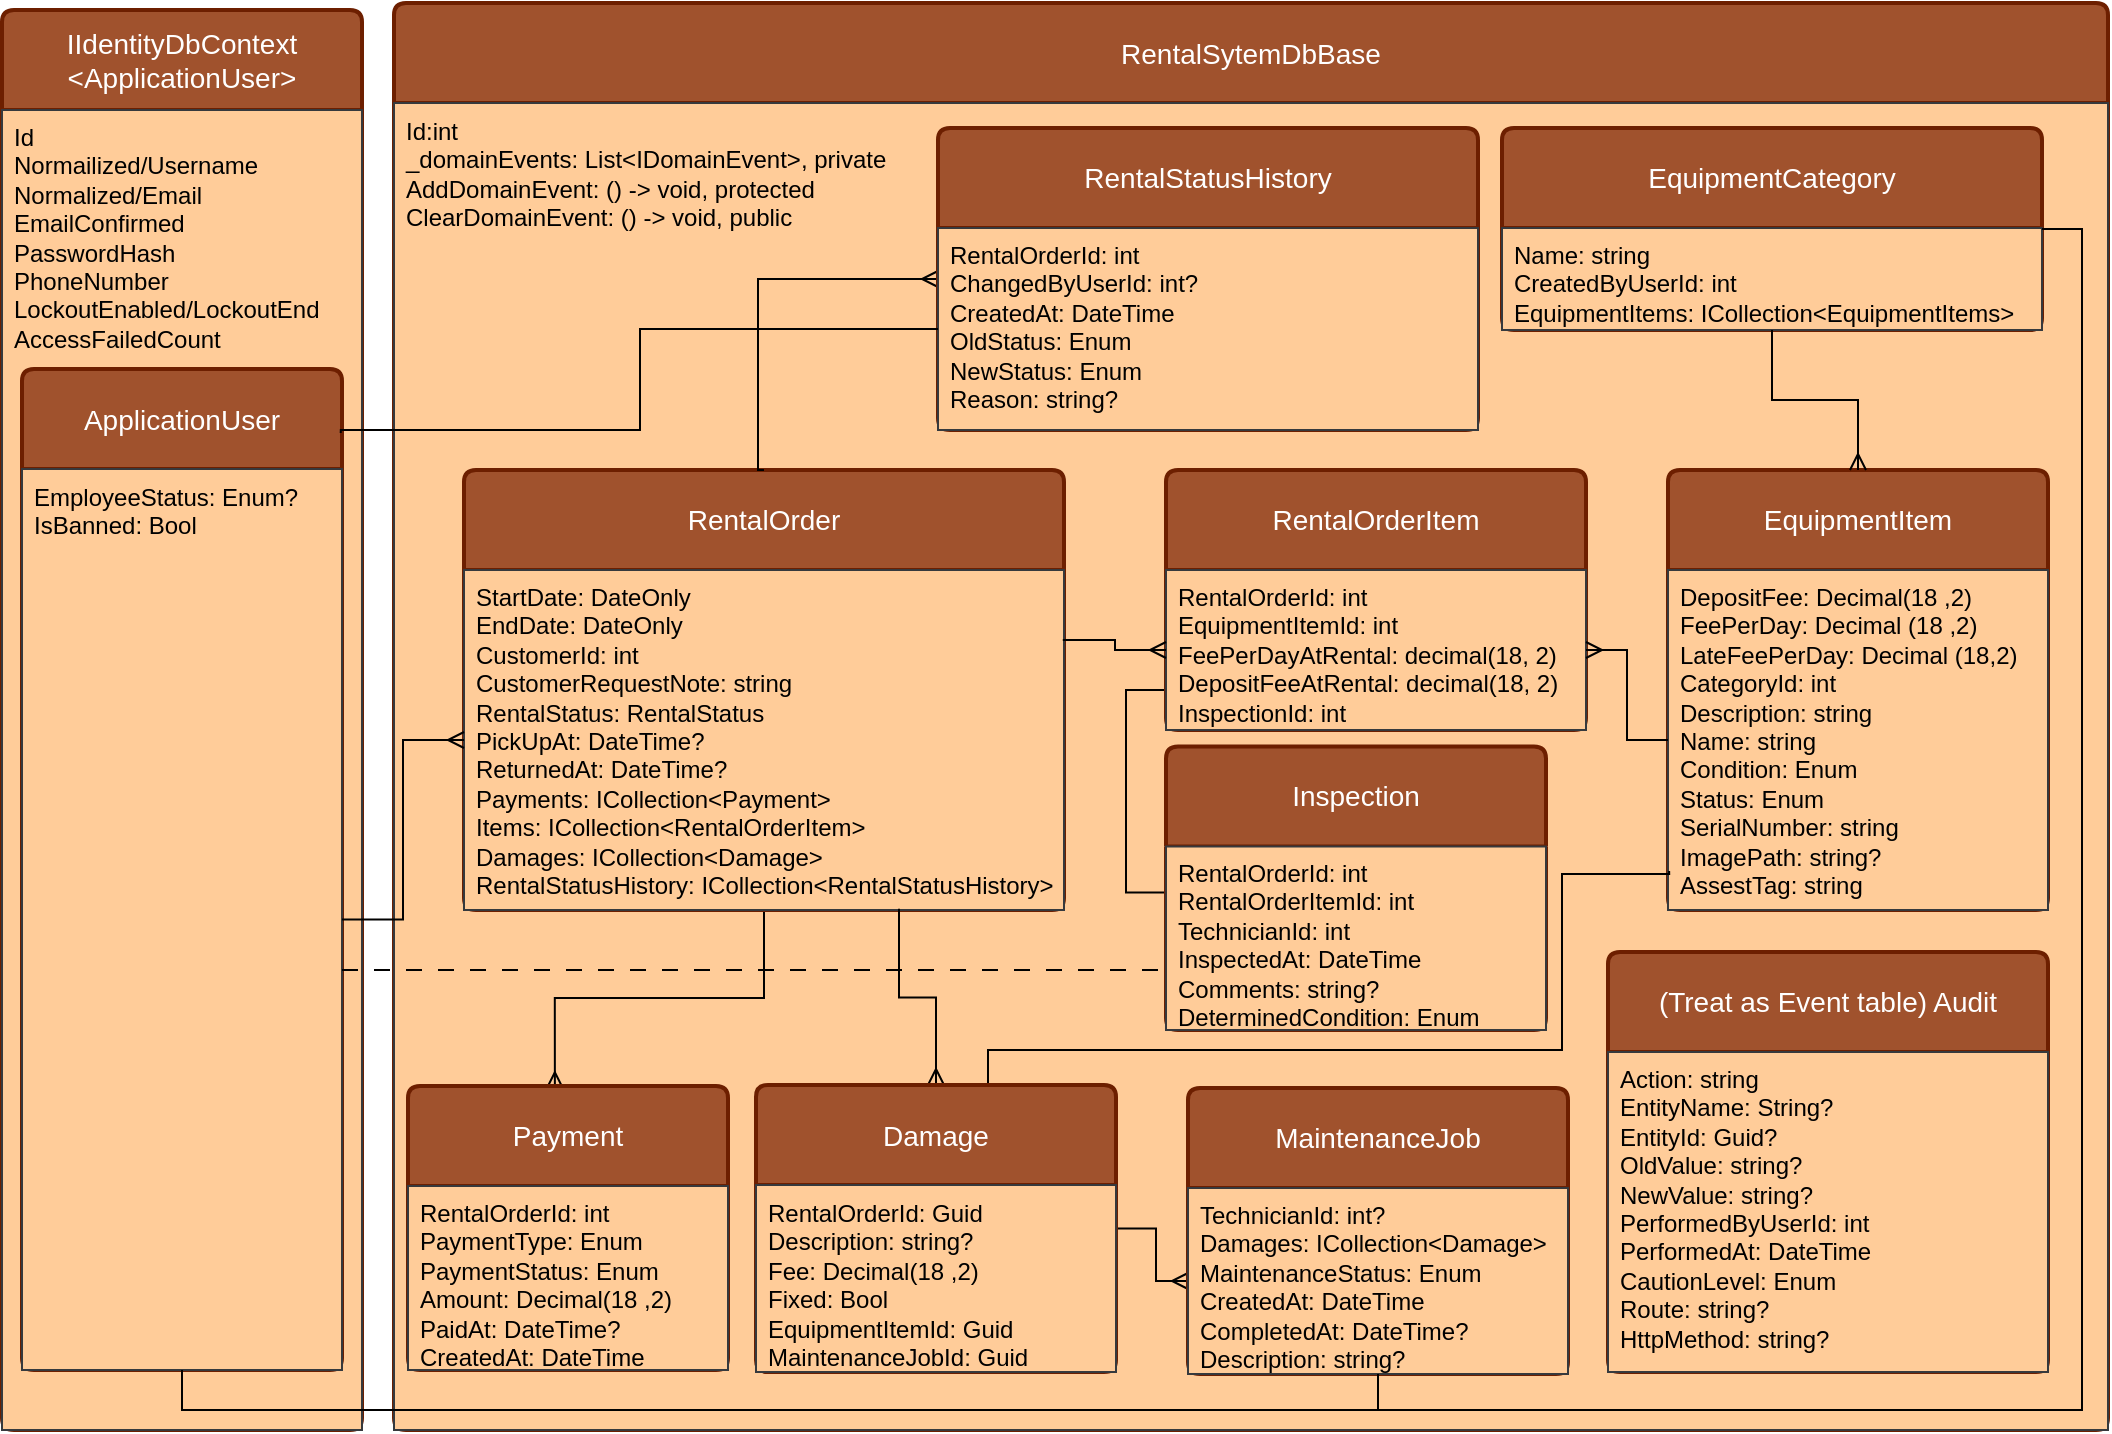
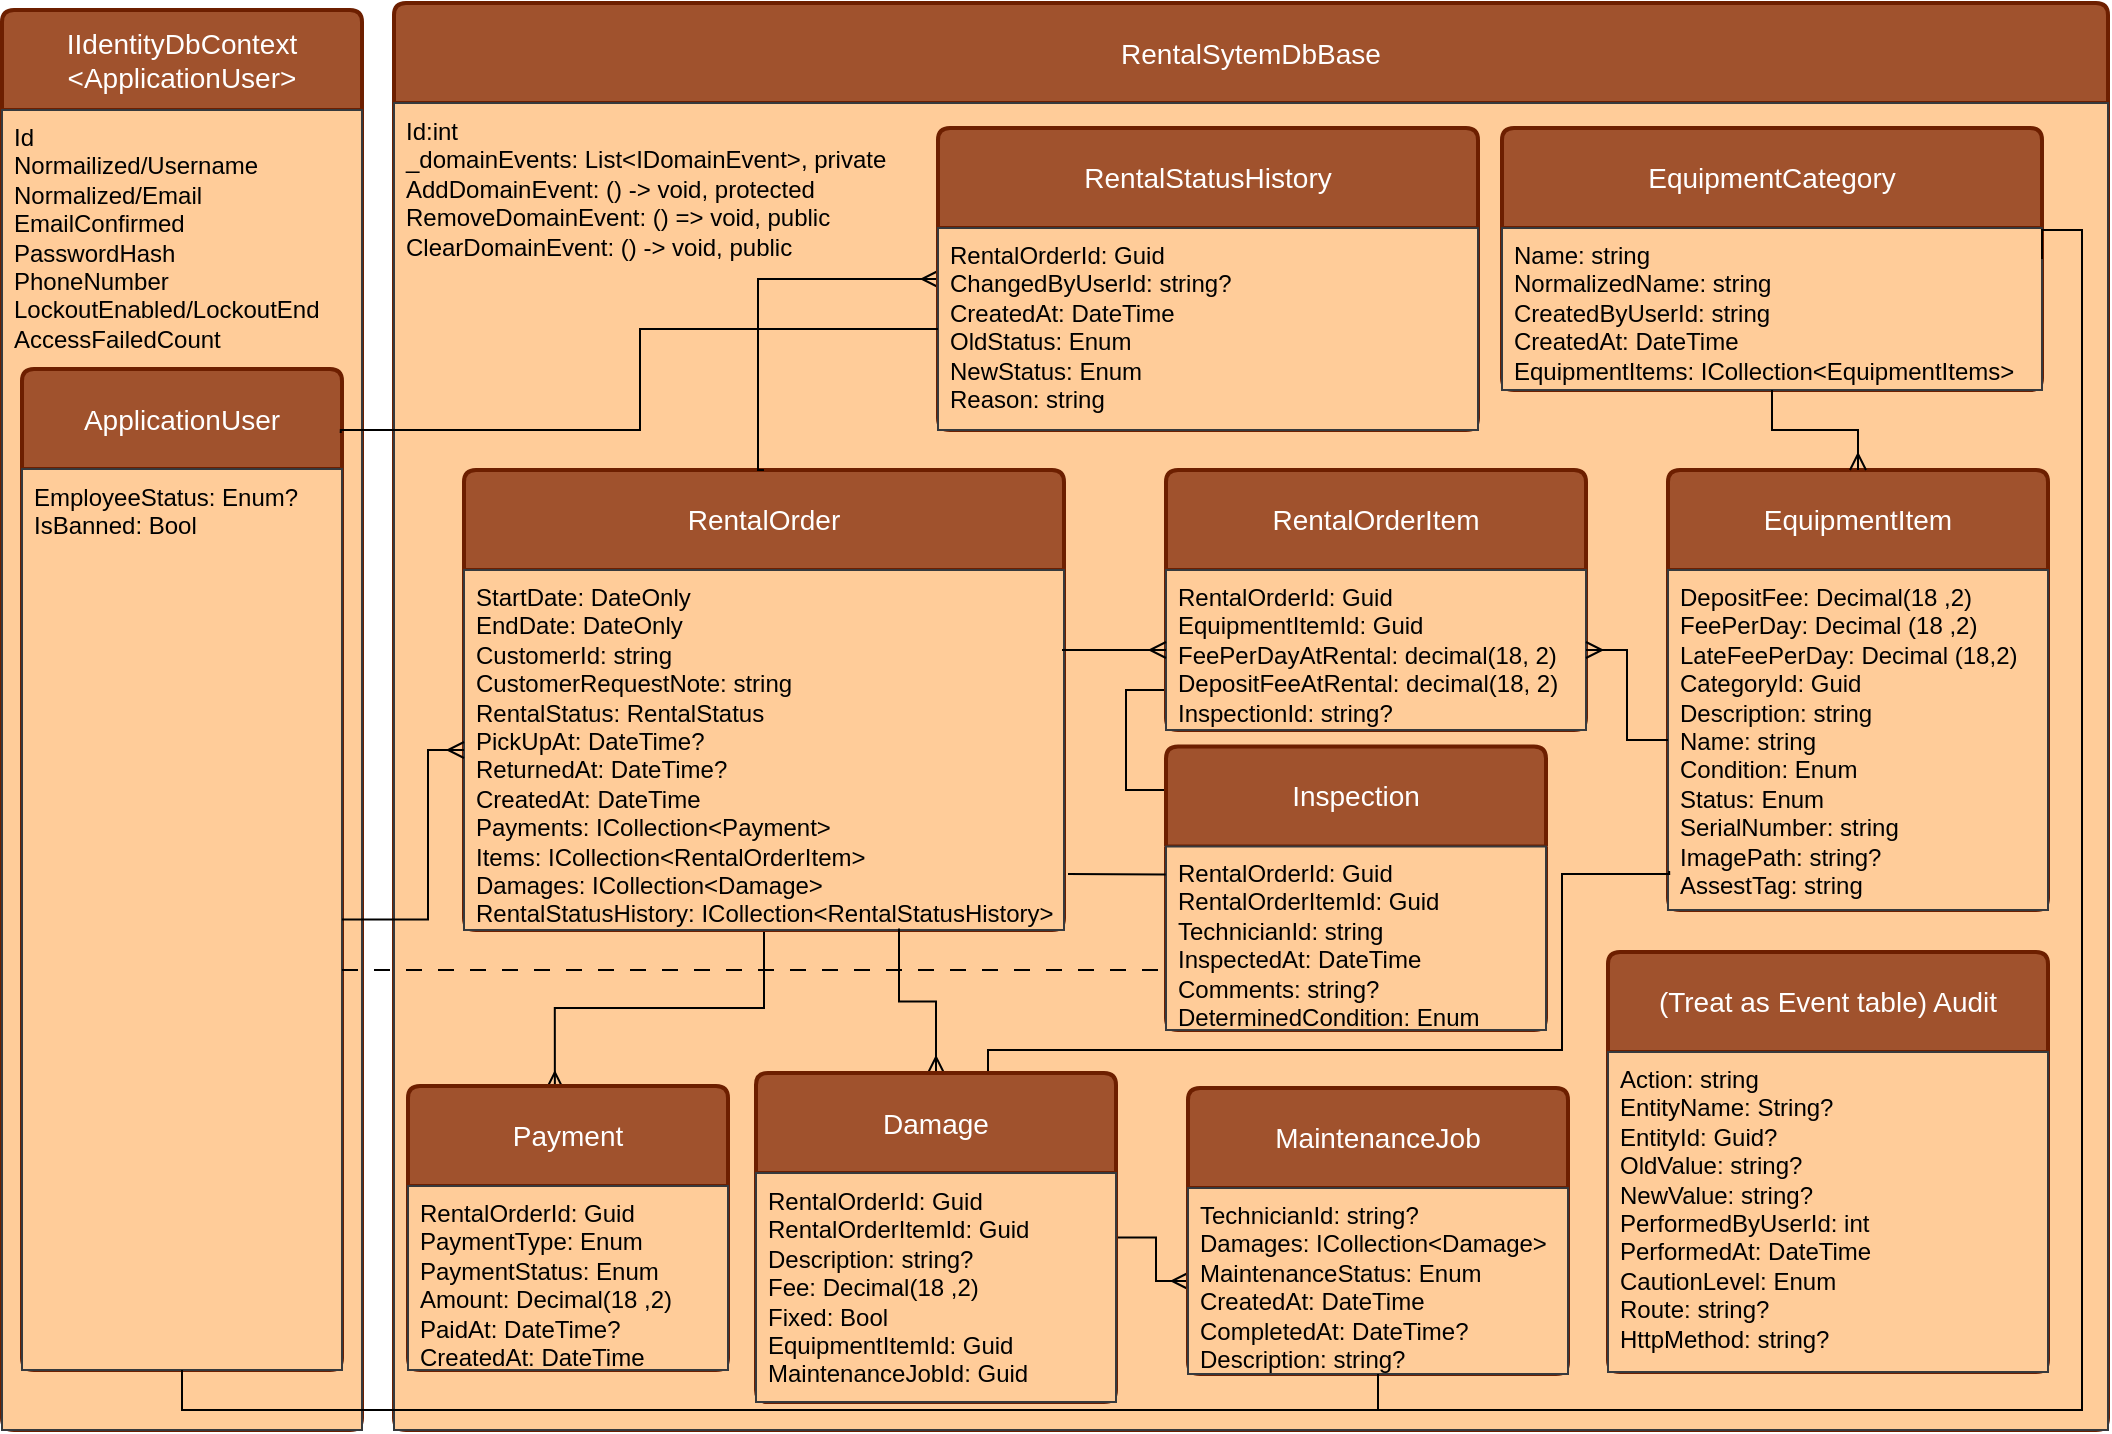
<mxfile host="Electron">
  <diagram name="第 1 页" id="4wjERD8ExrgxwVghOPDo">
-     <mxGraphModel dx="1219" dy="1558" grid="1" gridSize="10" guides="1" tooltips="1" connect="1" arrows="1" fold="1" page="1" pageScale="1" pageWidth="827" pageHeight="1169" math="0" shadow="0">
+     <mxGraphModel dx="2002" dy="1828" grid="1" gridSize="10" guides="1" tooltips="1" connect="1" arrows="1" fold="1" page="1" pageScale="1" pageWidth="827" pageHeight="1169" math="0" shadow="0">
      <root>
        <mxCell id="0" />
        <mxCell id="1" parent="0" />
        <mxCell id="4faYxT2xaWWfPcDupr8T-113" parent="1" style="swimlane;childLayout=stackLayout;horizontal=1;startSize=50;horizontalStack=0;rounded=1;fontSize=14;fontStyle=0;strokeWidth=2;resizeParent=0;resizeLast=1;shadow=0;dashed=0;align=center;arcSize=4;whiteSpace=wrap;html=1;fillColor=#a0522d;strokeColor=#6D1F00;fontColor=#ffffff;" value="IIdentityDbContext&lt;div&gt;&amp;lt;ApplicationUser&amp;gt;&lt;/div&gt;" vertex="1">
          <mxGeometry height="710" width="180" x="-53" y="-110" as="geometry" />
        </mxCell>
        <mxCell id="4faYxT2xaWWfPcDupr8T-114" parent="4faYxT2xaWWfPcDupr8T-113" style="align=left;strokeColor=#36393d;fillColor=#ffcc99;spacingLeft=4;spacingRight=4;fontSize=12;verticalAlign=top;resizable=0;rotatable=0;part=1;html=1;whiteSpace=wrap;" value="Id&lt;div&gt;Normailized/Username&lt;/div&gt;&lt;div&gt;Normalized/Email&lt;/div&gt;&lt;div&gt;EmailConfirmed&lt;/div&gt;&lt;div&gt;PasswordHash&lt;/div&gt;&lt;div&gt;PhoneNumber&lt;/div&gt;&lt;div&gt;LockoutEnabled/LockoutEnd&lt;/div&gt;&lt;div&gt;AccessFailedCount&lt;/div&gt;&lt;div&gt;&lt;br&gt;&lt;/div&gt;" vertex="1">
          <mxGeometry height="660" width="180" y="50" as="geometry" />
        </mxCell>
        <mxCell id="4faYxT2xaWWfPcDupr8T-111" parent="1" style="swimlane;childLayout=stackLayout;horizontal=1;startSize=50;horizontalStack=0;rounded=1;fontSize=14;fontStyle=0;strokeWidth=2;resizeParent=0;resizeLast=1;shadow=0;dashed=0;align=center;arcSize=4;whiteSpace=wrap;html=1;fillColor=#a0522d;strokeColor=#6D1F00;fontColor=#ffffff;" value="ApplicationUser" vertex="1">
          <mxGeometry height="500.5" width="160" x="-43" y="69.5" as="geometry" />
        </mxCell>
        <mxCell id="4faYxT2xaWWfPcDupr8T-125" parent="4faYxT2xaWWfPcDupr8T-111" style="align=left;strokeColor=#36393d;fillColor=#ffcc99;spacingLeft=4;spacingRight=4;fontSize=12;verticalAlign=top;resizable=0;rotatable=0;part=1;html=1;whiteSpace=wrap;" value="EmployeeStatus: Enum?&lt;div&gt;IsBanned: Bool&lt;br&gt;&lt;div&gt;&lt;br&gt;&lt;div&gt;&lt;br&gt;&lt;/div&gt;&lt;/div&gt;&lt;/div&gt;" vertex="1">
          <mxGeometry height="450.5" width="160" y="50" as="geometry" />
        </mxCell>
        <mxCell id="4faYxT2xaWWfPcDupr8T-123" parent="1" style="swimlane;childLayout=stackLayout;horizontal=1;startSize=50;horizontalStack=0;rounded=1;fontSize=14;fontStyle=0;strokeWidth=2;resizeParent=0;resizeLast=1;shadow=0;dashed=0;align=center;arcSize=4;whiteSpace=wrap;html=1;fillColor=#a0522d;strokeColor=#6D1F00;fontColor=#ffffff;" value="RentalSytemDbBase" vertex="1">
          <mxGeometry height="713.5" width="857" x="143" y="-113.5" as="geometry" />
        </mxCell>
-         <mxCell id="4faYxT2xaWWfPcDupr8T-124" parent="4faYxT2xaWWfPcDupr8T-123" style="align=left;strokeColor=#36393d;fillColor=#ffcc99;spacingLeft=4;spacingRight=4;fontSize=12;verticalAlign=top;resizable=0;rotatable=0;part=1;html=1;whiteSpace=wrap;" value="Id:int&lt;div&gt;_domainEvents: List&amp;lt;IDomainEvent&amp;gt;, private&lt;br&gt;&lt;div&gt;AddDomainEvent: () -&amp;gt; void, protected&lt;/div&gt;&lt;/div&gt;&lt;div&gt;ClearDomainEvent: () -&amp;gt; void, public&lt;/div&gt;" vertex="1">
+         <mxCell id="4faYxT2xaWWfPcDupr8T-124" parent="4faYxT2xaWWfPcDupr8T-123" style="align=left;strokeColor=#36393d;fillColor=#ffcc99;spacingLeft=4;spacingRight=4;fontSize=12;verticalAlign=top;resizable=0;rotatable=0;part=1;html=1;whiteSpace=wrap;" value="Id:int&lt;div&gt;_domainEvents: List&amp;lt;IDomainEvent&amp;gt;, private&lt;br&gt;&lt;div&gt;AddDomainEvent: () -&amp;gt; void, protected&lt;/div&gt;&lt;/div&gt;&lt;div&gt;RemoveDomainEvent: () =&amp;gt; void, public&lt;/div&gt;&lt;div&gt;ClearDomainEvent: () -&amp;gt; void, public&lt;/div&gt;" vertex="1">
          <mxGeometry height="663.5" width="857" y="50" as="geometry" />
        </mxCell>
        <mxCell id="4faYxT2xaWWfPcDupr8T-161" edge="1" parent="4faYxT2xaWWfPcDupr8T-123" style="edgeStyle=orthogonalEdgeStyle;rounded=0;orthogonalLoop=1;jettySize=auto;html=1;dashed=1;dashPattern=8 8;endArrow=none;endFill=0;">
          <mxGeometry relative="1" as="geometry">
            <Array as="points">
              <mxPoint x="87" y="483.5" />
              <mxPoint x="87" y="483.5" />
            </Array>
            <mxPoint x="-26" y="483.5" as="sourcePoint" />
            <mxPoint x="387" y="483.5" as="targetPoint" />
          </mxGeometry>
        </mxCell>
        <mxCell id="4faYxT2xaWWfPcDupr8T-138" edge="1" parent="1" source="4faYxT2xaWWfPcDupr8T-26" style="edgeStyle=orthogonalEdgeStyle;rounded=0;orthogonalLoop=1;jettySize=auto;html=1;entryX=0.459;entryY=0.008;entryDx=0;entryDy=0;entryPerimeter=0;endArrow=ERmany;endFill=0;" target="4faYxT2xaWWfPcDupr8T-78" value="">
          <mxGeometry relative="1" as="geometry" />
        </mxCell>
        <mxCell id="4faYxT2xaWWfPcDupr8T-26" parent="1" style="swimlane;childLayout=stackLayout;horizontal=1;startSize=50;horizontalStack=0;rounded=1;fontSize=14;fontStyle=0;strokeWidth=2;resizeParent=0;resizeLast=1;shadow=0;dashed=0;align=center;arcSize=4;whiteSpace=wrap;html=1;fillColor=#a0522d;fontColor=#ffffff;strokeColor=#6D1F00;" value="RentalOrder" vertex="1">
-           <mxGeometry height="220" width="300" x="178" y="120" as="geometry" />
+           <mxGeometry height="230" width="300" x="178" y="120" as="geometry" />
        </mxCell>
-         <mxCell id="4faYxT2xaWWfPcDupr8T-27" parent="4faYxT2xaWWfPcDupr8T-26" style="align=left;strokeColor=#36393d;fillColor=#ffcc99;spacingLeft=4;spacingRight=4;fontSize=12;verticalAlign=top;resizable=0;rotatable=0;part=1;html=1;whiteSpace=wrap;" value="&lt;div&gt;StartDate: DateOnly&lt;/div&gt;&lt;div&gt;EndDate: DateOnly&lt;/div&gt;&lt;div&gt;CustomerId: int&lt;/div&gt;&lt;div&gt;&lt;span style=&quot;background-color: transparent; color: light-dark(rgb(0, 0, 0), rgb(255, 255, 255));&quot;&gt;CustomerRequestNote: string&lt;/span&gt;&lt;/div&gt;&lt;div&gt;RentalStatus: RentalStatus&lt;/div&gt;&lt;div&gt;PickUpAt: DateTime?&lt;/div&gt;&lt;div&gt;ReturnedAt: DateTime?&lt;/div&gt;&lt;div&gt;Payments: ICollection&amp;lt;Payment&amp;gt;&lt;/div&gt;&lt;div&gt;&lt;span style=&quot;background-color: transparent; color: light-dark(rgb(0, 0, 0), rgb(255, 255, 255));&quot;&gt;Items: ICollection&amp;lt;RentalOrderItem&amp;gt;&lt;/span&gt;&lt;/div&gt;&lt;div&gt;Damages: ICollection&amp;lt;Damage&amp;gt;&lt;/div&gt;&lt;div&gt;RentalStatusHistory: ICollection&amp;lt;RentalStatusHistory&amp;gt;&lt;/div&gt;&lt;div&gt;&lt;br&gt;&lt;/div&gt;" vertex="1">
-           <mxGeometry height="170" width="300" y="50" as="geometry" />
+         <mxCell id="4faYxT2xaWWfPcDupr8T-27" parent="4faYxT2xaWWfPcDupr8T-26" style="align=left;strokeColor=#36393d;fillColor=#ffcc99;spacingLeft=4;spacingRight=4;fontSize=12;verticalAlign=top;resizable=0;rotatable=0;part=1;html=1;whiteSpace=wrap;" value="&lt;div&gt;StartDate: DateOnly&lt;/div&gt;&lt;div&gt;EndDate: DateOnly&lt;/div&gt;&lt;div&gt;CustomerId: string&lt;/div&gt;&lt;div&gt;&lt;span style=&quot;background-color: transparent; color: light-dark(rgb(0, 0, 0), rgb(255, 255, 255));&quot;&gt;CustomerRequestNote: string&lt;/span&gt;&lt;/div&gt;&lt;div&gt;RentalStatus: RentalStatus&lt;/div&gt;&lt;div&gt;PickUpAt: DateTime?&lt;/div&gt;&lt;div&gt;ReturnedAt: DateTime?&lt;/div&gt;&lt;div&gt;CreatedAt: DateTime&lt;/div&gt;&lt;div&gt;Payments: ICollection&amp;lt;Payment&amp;gt;&lt;/div&gt;&lt;div&gt;&lt;span style=&quot;background-color: transparent; color: light-dark(rgb(0, 0, 0), rgb(255, 255, 255));&quot;&gt;Items: ICollection&amp;lt;RentalOrderItem&amp;gt;&lt;/span&gt;&lt;/div&gt;&lt;div&gt;Damages: ICollection&amp;lt;Damage&amp;gt;&lt;/div&gt;&lt;div&gt;RentalStatusHistory: ICollection&amp;lt;RentalStatusHistory&amp;gt;&lt;/div&gt;" vertex="1">
+           <mxGeometry height="180" width="300" y="50" as="geometry" />
        </mxCell>
        <mxCell id="4faYxT2xaWWfPcDupr8T-77" edge="1" parent="1" source="4faYxT2xaWWfPcDupr8T-125" style="edgeStyle=orthogonalEdgeStyle;rounded=0;orthogonalLoop=1;jettySize=auto;html=1;endArrow=ERmany;endFill=0;strokeWidth=1;exitX=1;exitY=0.5;exitDx=0;exitDy=0;" target="4faYxT2xaWWfPcDupr8T-27" value="">
          <mxGeometry relative="1" as="geometry">
+             <Array as="points">
+               <mxPoint x="160" y="345" />
+               <mxPoint x="160" y="260" />
+             </Array>
            <mxPoint x="108" y="257.5" as="sourcePoint" />
          </mxGeometry>
        </mxCell>
        <mxCell id="4faYxT2xaWWfPcDupr8T-43" parent="1" style="swimlane;childLayout=stackLayout;horizontal=1;startSize=50;horizontalStack=0;rounded=1;fontSize=14;fontStyle=0;strokeWidth=2;resizeParent=0;resizeLast=1;shadow=0;dashed=0;align=center;arcSize=4;whiteSpace=wrap;html=1;fillColor=#a0522d;strokeColor=#6D1F00;fontColor=#ffffff;" value="EquipmentItem" vertex="1">
          <mxGeometry height="220" width="190" x="780" y="120" as="geometry" />
        </mxCell>
-         <mxCell id="4faYxT2xaWWfPcDupr8T-44" parent="4faYxT2xaWWfPcDupr8T-43" style="align=left;strokeColor=#36393d;fillColor=#ffcc99;spacingLeft=4;spacingRight=4;fontSize=12;verticalAlign=top;resizable=0;rotatable=0;part=1;html=1;whiteSpace=wrap;" value="&lt;div&gt;DepositFee: Decimal(18 ,2)&lt;/div&gt;&lt;div&gt;FeePerDay: Decimal (18 ,2)&lt;/div&gt;&lt;div&gt;LateFeePerDay: Decimal (18,2)&lt;/div&gt;&lt;div&gt;&lt;span style=&quot;background-color: transparent; color: light-dark(rgb(0, 0, 0), rgb(255, 255, 255));&quot;&gt;CategoryId: int&lt;/span&gt;&lt;/div&gt;&lt;div&gt;Description: string&lt;/div&gt;&lt;div&gt;Name: string&lt;/div&gt;&lt;div&gt;Condition: Enum&lt;/div&gt;&lt;div&gt;Status: Enum&lt;/div&gt;&lt;div&gt;SerialNumber: string&lt;/div&gt;&lt;div&gt;&lt;span style=&quot;background-color: transparent; color: light-dark(rgb(0, 0, 0), rgb(255, 255, 255));&quot;&gt;ImagePath: string?&lt;/span&gt;&lt;/div&gt;&lt;div&gt;&lt;span style=&quot;background-color: transparent; color: light-dark(rgb(0, 0, 0), rgb(255, 255, 255));&quot;&gt;AssestTag: string&lt;/span&gt;&lt;/div&gt;" vertex="1">
+         <mxCell id="4faYxT2xaWWfPcDupr8T-44" parent="4faYxT2xaWWfPcDupr8T-43" style="align=left;strokeColor=#36393d;fillColor=#ffcc99;spacingLeft=4;spacingRight=4;fontSize=12;verticalAlign=top;resizable=0;rotatable=0;part=1;html=1;whiteSpace=wrap;" value="&lt;div&gt;DepositFee: Decimal(18 ,2)&lt;/div&gt;&lt;div&gt;FeePerDay: Decimal (18 ,2)&lt;/div&gt;&lt;div&gt;LateFeePerDay: Decimal (18,2)&lt;/div&gt;&lt;div&gt;&lt;span style=&quot;background-color: transparent; color: light-dark(rgb(0, 0, 0), rgb(255, 255, 255));&quot;&gt;CategoryId: Guid&lt;/span&gt;&lt;/div&gt;&lt;div&gt;Description: string&lt;/div&gt;&lt;div&gt;Name: string&lt;/div&gt;&lt;div&gt;Condition: Enum&lt;/div&gt;&lt;div&gt;Status: Enum&lt;/div&gt;&lt;div&gt;SerialNumber: string&lt;/div&gt;&lt;div&gt;&lt;span style=&quot;background-color: transparent; color: light-dark(rgb(0, 0, 0), rgb(255, 255, 255));&quot;&gt;ImagePath: string?&lt;/span&gt;&lt;/div&gt;&lt;div&gt;&lt;span style=&quot;background-color: transparent; color: light-dark(rgb(0, 0, 0), rgb(255, 255, 255));&quot;&gt;AssestTag: string&lt;/span&gt;&lt;/div&gt;" vertex="1">
          <mxGeometry height="170" width="190" y="50" as="geometry" />
        </mxCell>
        <mxCell id="4faYxT2xaWWfPcDupr8T-140" edge="1" parent="1" source="4faYxT2xaWWfPcDupr8T-56" style="edgeStyle=orthogonalEdgeStyle;rounded=0;orthogonalLoop=1;jettySize=auto;html=1;endArrow=none;endFill=0;startArrow=ERmany;startFill=0;entryX=0.725;entryY=0.996;entryDx=0;entryDy=0;entryPerimeter=0;" target="4faYxT2xaWWfPcDupr8T-27" value="">
          <mxGeometry relative="1" as="geometry">
            <mxPoint x="470" y="400" as="targetPoint" />
          </mxGeometry>
        </mxCell>
        <mxCell id="4faYxT2xaWWfPcDupr8T-149" edge="1" parent="1" source="4faYxT2xaWWfPcDupr8T-56" style="edgeStyle=orthogonalEdgeStyle;rounded=0;orthogonalLoop=1;jettySize=auto;html=1;endArrow=ERmany;endFill=0;startArrow=none;startFill=0;" target="4faYxT2xaWWfPcDupr8T-98" value="">
          <mxGeometry relative="1" as="geometry" />
        </mxCell>
        <mxCell id="4faYxT2xaWWfPcDupr8T-151" edge="1" parent="1" source="4faYxT2xaWWfPcDupr8T-56" style="edgeStyle=orthogonalEdgeStyle;rounded=0;orthogonalLoop=1;jettySize=auto;html=1;entryX=0.003;entryY=0.885;entryDx=0;entryDy=0;endArrow=none;endFill=0;entryPerimeter=0;" target="4faYxT2xaWWfPcDupr8T-44">
          <mxGeometry relative="1" as="geometry">
            <Array as="points">
              <mxPoint x="440" y="410" />
              <mxPoint x="727" y="410" />
              <mxPoint x="727" y="322" />
            </Array>
          </mxGeometry>
        </mxCell>
        <mxCell id="4faYxT2xaWWfPcDupr8T-56" parent="1" style="swimlane;childLayout=stackLayout;horizontal=1;startSize=50;horizontalStack=0;rounded=1;fontSize=14;fontStyle=0;strokeWidth=2;resizeParent=0;resizeLast=1;shadow=0;dashed=0;align=center;arcSize=4;whiteSpace=wrap;html=1;fillColor=#a0522d;strokeColor=#6D1F00;fontColor=#ffffff;" value="Damage" vertex="1">
-           <mxGeometry height="143.5" width="180" x="324" y="427.5" as="geometry" />
+           <mxGeometry height="164.5" width="180" x="324" y="421.5" as="geometry" />
        </mxCell>
-         <mxCell id="4faYxT2xaWWfPcDupr8T-57" parent="4faYxT2xaWWfPcDupr8T-56" style="align=left;strokeColor=#36393d;fillColor=#ffcc99;spacingLeft=4;spacingRight=4;fontSize=12;verticalAlign=top;resizable=0;rotatable=0;part=1;html=1;whiteSpace=wrap;" value="&lt;div&gt;RentalOrderId: Guid&lt;/div&gt;&lt;div&gt;&lt;span style=&quot;background-color: transparent; color: light-dark(rgb(0, 0, 0), rgb(255, 255, 255));&quot;&gt;Description: string?&lt;/span&gt;&lt;/div&gt;&lt;div&gt;Fee:&amp;nbsp;&lt;span style=&quot;background-color: transparent; color: light-dark(rgb(0, 0, 0), rgb(255, 255, 255));&quot;&gt;Decimal(18 ,2)&lt;/span&gt;&lt;/div&gt;&lt;div&gt;Fixed: Bool&lt;/div&gt;&lt;div&gt;EquipmentItemId: Guid&lt;/div&gt;&lt;div&gt;MaintenanceJobId: Guid&lt;/div&gt;" vertex="1">
-           <mxGeometry height="93.5" width="180" y="50" as="geometry" />
+         <mxCell id="4faYxT2xaWWfPcDupr8T-57" parent="4faYxT2xaWWfPcDupr8T-56" style="align=left;strokeColor=#36393d;fillColor=#ffcc99;spacingLeft=4;spacingRight=4;fontSize=12;verticalAlign=top;resizable=0;rotatable=0;part=1;html=1;whiteSpace=wrap;" value="&lt;div&gt;RentalOrderId: Guid&lt;/div&gt;&lt;div&gt;RentalOrderItemId: Guid&lt;/div&gt;&lt;div&gt;&lt;span style=&quot;background-color: transparent; color: light-dark(rgb(0, 0, 0), rgb(255, 255, 255));&quot;&gt;Description: string?&lt;/span&gt;&lt;/div&gt;&lt;div&gt;Fee:&amp;nbsp;&lt;span style=&quot;background-color: transparent; color: light-dark(rgb(0, 0, 0), rgb(255, 255, 255));&quot;&gt;Decimal(18 ,2)&lt;/span&gt;&lt;/div&gt;&lt;div&gt;Fixed: Bool&lt;/div&gt;&lt;div&gt;EquipmentItemId: Guid&lt;/div&gt;&lt;div&gt;MaintenanceJobId: Guid&lt;/div&gt;" vertex="1">
+           <mxGeometry height="114.5" width="180" y="50" as="geometry" />
        </mxCell>
        <mxCell id="4faYxT2xaWWfPcDupr8T-69" parent="1" style="swimlane;childLayout=stackLayout;horizontal=1;startSize=50;horizontalStack=0;rounded=1;fontSize=14;fontStyle=0;strokeWidth=2;resizeParent=0;resizeLast=1;shadow=0;dashed=0;align=center;arcSize=4;whiteSpace=wrap;html=1;fillColor=#a0522d;strokeColor=#6D1F00;fontColor=#ffffff;" value="(Treat as Event table) Audit" vertex="1">
          <mxGeometry height="210" width="220" x="750" y="361" as="geometry" />
        </mxCell>
        <mxCell id="4faYxT2xaWWfPcDupr8T-70" parent="4faYxT2xaWWfPcDupr8T-69" style="align=left;strokeColor=#36393d;fillColor=#ffcc99;spacingLeft=4;spacingRight=4;fontSize=12;verticalAlign=top;resizable=0;rotatable=0;part=1;html=1;whiteSpace=wrap;" value="&lt;div&gt;Action: string&lt;/div&gt;&lt;div&gt;EntityName: String?&lt;/div&gt;&lt;div&gt;EntityId: Guid?&lt;/div&gt;&lt;div&gt;OldValue: string?&lt;/div&gt;&lt;div&gt;NewValue: string?&lt;/div&gt;&lt;div&gt;PerformedByUserId: int&lt;/div&gt;&lt;div&gt;PerformedAt: DateTime&lt;/div&gt;&lt;div&gt;CautionLevel: Enum&lt;/div&gt;&lt;div&gt;Route: string?&lt;/div&gt;&lt;div&gt;HttpMethod: string?&lt;/div&gt;&lt;div&gt;&lt;br&gt;&lt;/div&gt;&lt;div&gt;&lt;br&gt;&lt;/div&gt;" vertex="1">
          <mxGeometry height="160" width="220" y="50" as="geometry" />
        </mxCell>
        <mxCell id="4faYxT2xaWWfPcDupr8T-71" parent="1" style="swimlane;childLayout=stackLayout;horizontal=1;startSize=50;horizontalStack=0;rounded=1;fontSize=14;fontStyle=0;strokeWidth=2;resizeParent=0;resizeLast=1;shadow=0;dashed=0;align=center;arcSize=4;whiteSpace=wrap;html=1;fillColor=#a0522d;strokeColor=#6D1F00;fontColor=#ffffff;" value="EquipmentCategory" vertex="1">
-           <mxGeometry height="101" width="270" x="697" y="-51" as="geometry" />
+           <mxGeometry height="131" width="270" x="697" y="-51" as="geometry" />
        </mxCell>
-         <mxCell id="4faYxT2xaWWfPcDupr8T-72" parent="4faYxT2xaWWfPcDupr8T-71" style="align=left;strokeColor=#36393d;fillColor=#ffcc99;spacingLeft=4;spacingRight=4;fontSize=12;verticalAlign=top;resizable=0;rotatable=0;part=1;html=1;whiteSpace=wrap;" value="Name: string&amp;nbsp;&lt;div&gt;CreatedByUserId: int&amp;nbsp;&lt;br&gt;&lt;div&gt;EquipmentItems: ICollection&amp;lt;EquipmentItems&amp;gt;&lt;/div&gt;&lt;/div&gt;" vertex="1">
-           <mxGeometry height="51" width="270" y="50" as="geometry" />
+         <mxCell id="4faYxT2xaWWfPcDupr8T-72" parent="4faYxT2xaWWfPcDupr8T-71" style="align=left;strokeColor=#36393d;fillColor=#ffcc99;spacingLeft=4;spacingRight=4;fontSize=12;verticalAlign=top;resizable=0;rotatable=0;part=1;html=1;whiteSpace=wrap;" value="Name: string&lt;div&gt;NormalizedName: string&lt;br&gt;&lt;div&gt;CreatedByUserId: string&lt;/div&gt;&lt;div&gt;CreatedAt: DateTime&lt;br&gt;&lt;div&gt;EquipmentItems: ICollection&amp;lt;EquipmentItems&amp;gt;&lt;/div&gt;&lt;/div&gt;&lt;/div&gt;" vertex="1">
+           <mxGeometry height="81" width="270" y="50" as="geometry" />
        </mxCell>
        <mxCell id="4faYxT2xaWWfPcDupr8T-75" edge="1" parent="1" source="4faYxT2xaWWfPcDupr8T-71" style="edgeStyle=orthogonalEdgeStyle;rounded=0;orthogonalLoop=1;jettySize=auto;html=1;endArrow=ERmany;endFill=0;strokeWidth=1;entryX=0.5;entryY=0;entryDx=0;entryDy=0;" target="4faYxT2xaWWfPcDupr8T-43">
          <mxGeometry relative="1" as="geometry">
            <mxPoint x="765" y="120" as="targetPoint" />
          </mxGeometry>
        </mxCell>
        <mxCell id="4faYxT2xaWWfPcDupr8T-78" parent="1" style="swimlane;childLayout=stackLayout;horizontal=1;startSize=50;horizontalStack=0;rounded=1;fontSize=14;fontStyle=0;strokeWidth=2;resizeParent=0;resizeLast=1;shadow=0;dashed=0;align=center;arcSize=4;whiteSpace=wrap;html=1;fillColor=#a0522d;strokeColor=#6D1F00;fontColor=#ffffff;" value="Payment" vertex="1">
          <mxGeometry height="142" width="160" x="150" y="428" as="geometry" />
        </mxCell>
-         <mxCell id="4faYxT2xaWWfPcDupr8T-79" parent="4faYxT2xaWWfPcDupr8T-78" style="align=left;strokeColor=#36393d;fillColor=#ffcc99;spacingLeft=4;spacingRight=4;fontSize=12;verticalAlign=top;resizable=0;rotatable=0;part=1;html=1;whiteSpace=wrap;" value="&lt;div&gt;RentalOrderId: int&lt;/div&gt;PaymentType: Enum&lt;div&gt;PaymentStatus: Enum&lt;/div&gt;&lt;div&gt;Amount:&amp;nbsp;&lt;span style=&quot;background-color: transparent; color: light-dark(rgb(0, 0, 0), rgb(255, 255, 255));&quot;&gt;Decimal(18 ,2)&lt;/span&gt;&lt;/div&gt;&lt;div&gt;&lt;span style=&quot;background-color: transparent; color: light-dark(rgb(0, 0, 0), rgb(255, 255, 255));&quot;&gt;PaidAt: DateTime?&lt;/span&gt;&lt;/div&gt;&lt;div&gt;&lt;span style=&quot;background-color: transparent; color: light-dark(rgb(0, 0, 0), rgb(255, 255, 255));&quot;&gt;CreatedAt: DateTime&lt;/span&gt;&lt;/div&gt;" vertex="1">
+         <mxCell id="4faYxT2xaWWfPcDupr8T-79" parent="4faYxT2xaWWfPcDupr8T-78" style="align=left;strokeColor=#36393d;fillColor=#ffcc99;spacingLeft=4;spacingRight=4;fontSize=12;verticalAlign=top;resizable=0;rotatable=0;part=1;html=1;whiteSpace=wrap;" value="&lt;div&gt;RentalOrderId: Guid&lt;/div&gt;PaymentType: Enum&lt;div&gt;PaymentStatus: Enum&lt;/div&gt;&lt;div&gt;Amount:&amp;nbsp;&lt;span style=&quot;background-color: transparent; color: light-dark(rgb(0, 0, 0), rgb(255, 255, 255));&quot;&gt;Decimal(18 ,2)&lt;/span&gt;&lt;/div&gt;&lt;div&gt;&lt;span style=&quot;background-color: transparent; color: light-dark(rgb(0, 0, 0), rgb(255, 255, 255));&quot;&gt;PaidAt: DateTime?&lt;/span&gt;&lt;/div&gt;&lt;div&gt;&lt;span style=&quot;background-color: transparent; color: light-dark(rgb(0, 0, 0), rgb(255, 255, 255));&quot;&gt;CreatedAt: DateTime&lt;/span&gt;&lt;/div&gt;" vertex="1">
          <mxGeometry height="92" width="160" y="50" as="geometry" />
        </mxCell>
        <mxCell id="4faYxT2xaWWfPcDupr8T-148" edge="1" parent="1" source="4faYxT2xaWWfPcDupr8T-89" style="edgeStyle=orthogonalEdgeStyle;rounded=0;orthogonalLoop=1;jettySize=auto;html=1;endArrow=none;endFill=0;entryX=0;entryY=0.75;entryDx=0;entryDy=0;exitX=0;exitY=0.25;exitDx=0;exitDy=0;" target="4faYxT2xaWWfPcDupr8T-127" value="">
-           <mxGeometry relative="1" as="geometry" />
+           <mxGeometry relative="1" as="geometry">
+             <Array as="points">
+               <mxPoint x="529" y="280" />
+               <mxPoint x="509" y="280" />
+               <mxPoint x="509" y="230" />
+             </Array>
+           </mxGeometry>
        </mxCell>
        <mxCell id="4faYxT2xaWWfPcDupr8T-88" parent="1" style="swimlane;childLayout=stackLayout;horizontal=1;startSize=50;horizontalStack=0;rounded=1;fontSize=14;fontStyle=0;strokeWidth=2;resizeParent=0;resizeLast=1;shadow=0;dashed=0;align=center;arcSize=4;whiteSpace=wrap;html=1;fillColor=#a0522d;strokeColor=#6D1F00;fontColor=#ffffff;" value="Inspection" vertex="1">
          <mxGeometry height="141.75" width="190" x="529" y="258.25" as="geometry" />
        </mxCell>
-         <mxCell id="4faYxT2xaWWfPcDupr8T-89" parent="4faYxT2xaWWfPcDupr8T-88" style="align=left;strokeColor=#36393d;fillColor=#ffcc99;spacingLeft=4;spacingRight=4;fontSize=12;verticalAlign=top;resizable=0;rotatable=0;part=1;html=1;whiteSpace=wrap;" value="&lt;div&gt;RentalOrderId: int&lt;/div&gt;&lt;div&gt;&lt;span style=&quot;background-color: transparent; color: light-dark(rgb(0, 0, 0), rgb(255, 255, 255));&quot;&gt;RentalOrderItemId: int&lt;/span&gt;&lt;/div&gt;TechnicianId: int&lt;div&gt;InspectedAt: DateTime&lt;/div&gt;&lt;div&gt;Comments: string?&lt;/div&gt;&lt;div&gt;DeterminedCondition: Enum&lt;/div&gt;" vertex="1">
+         <mxCell id="4faYxT2xaWWfPcDupr8T-89" parent="4faYxT2xaWWfPcDupr8T-88" style="align=left;strokeColor=#36393d;fillColor=#ffcc99;spacingLeft=4;spacingRight=4;fontSize=12;verticalAlign=top;resizable=0;rotatable=0;part=1;html=1;whiteSpace=wrap;" value="&lt;div&gt;RentalOrderId: Guid&lt;/div&gt;&lt;div&gt;&lt;span style=&quot;background-color: transparent; color: light-dark(rgb(0, 0, 0), rgb(255, 255, 255));&quot;&gt;RentalOrderItemId: Guid&lt;/span&gt;&lt;/div&gt;TechnicianId: string&lt;div&gt;InspectedAt: DateTime&lt;/div&gt;&lt;div&gt;Comments: string?&lt;/div&gt;&lt;div&gt;DeterminedCondition: Enum&lt;/div&gt;" vertex="1">
          <mxGeometry height="91.75" width="190" y="50" as="geometry" />
        </mxCell>
        <mxCell id="4faYxT2xaWWfPcDupr8T-97" parent="1" style="swimlane;childLayout=stackLayout;horizontal=1;startSize=50;horizontalStack=0;rounded=1;fontSize=14;fontStyle=0;strokeWidth=2;resizeParent=0;resizeLast=1;shadow=0;dashed=0;align=center;arcSize=4;whiteSpace=wrap;html=1;fillColor=#a0522d;strokeColor=#6D1F00;fontColor=#ffffff;" value="MaintenanceJob" vertex="1">
          <mxGeometry height="143" width="190" x="540" y="429" as="geometry" />
        </mxCell>
-         <mxCell id="4faYxT2xaWWfPcDupr8T-98" parent="4faYxT2xaWWfPcDupr8T-97" style="align=left;strokeColor=#36393d;fillColor=#ffcc99;spacingLeft=4;spacingRight=4;fontSize=12;verticalAlign=top;resizable=0;rotatable=0;part=1;html=1;whiteSpace=wrap;" value="TechnicianId: int?&lt;div&gt;&lt;div&gt;Damages: ICollection&amp;lt;Damage&amp;gt;&lt;/div&gt;&lt;div&gt;MaintenanceStatus: Enum&lt;/div&gt;&lt;/div&gt;&lt;div&gt;CreatedAt: DateTime&lt;/div&gt;&lt;div&gt;CompletedAt: DateTime?&lt;/div&gt;&lt;div&gt;Description: string?&lt;/div&gt;" vertex="1">
+         <mxCell id="4faYxT2xaWWfPcDupr8T-98" parent="4faYxT2xaWWfPcDupr8T-97" style="align=left;strokeColor=#36393d;fillColor=#ffcc99;spacingLeft=4;spacingRight=4;fontSize=12;verticalAlign=top;resizable=0;rotatable=0;part=1;html=1;whiteSpace=wrap;" value="TechnicianId: string?&lt;div&gt;&lt;div&gt;Damages: ICollection&amp;lt;Damage&amp;gt;&lt;/div&gt;&lt;div&gt;MaintenanceStatus: Enum&lt;/div&gt;&lt;/div&gt;&lt;div&gt;CreatedAt: DateTime&lt;/div&gt;&lt;div&gt;CompletedAt: DateTime?&lt;/div&gt;&lt;div&gt;Description: string?&lt;/div&gt;" vertex="1">
          <mxGeometry height="93" width="190" y="50" as="geometry" />
        </mxCell>
        <mxCell id="4faYxT2xaWWfPcDupr8T-126" parent="1" style="swimlane;childLayout=stackLayout;horizontal=1;startSize=50;horizontalStack=0;rounded=1;fontSize=14;fontStyle=0;strokeWidth=2;resizeParent=0;resizeLast=1;shadow=0;dashed=0;align=center;arcSize=4;whiteSpace=wrap;html=1;fillColor=#a0522d;fontColor=#ffffff;strokeColor=#6D1F00;" value="RentalOrderItem" vertex="1">
          <mxGeometry height="130" width="210" x="529" y="120" as="geometry" />
        </mxCell>
-         <mxCell id="4faYxT2xaWWfPcDupr8T-127" parent="4faYxT2xaWWfPcDupr8T-126" style="align=left;strokeColor=#36393d;fillColor=#ffcc99;spacingLeft=4;spacingRight=4;fontSize=12;verticalAlign=top;resizable=0;rotatable=0;part=1;html=1;whiteSpace=wrap;" value="RentalOrderId: int&lt;div&gt;&lt;span class=&quot;ͼ11&quot;&gt;EquipmentItemId: int&lt;/span&gt;&lt;/div&gt;&lt;div&gt;&lt;span class=&quot;ͼ11&quot;&gt;FeePerDayAtRental: decimal(18, 2)&lt;/span&gt;&lt;/div&gt;&lt;div&gt;&lt;span class=&quot;ͼ11&quot;&gt;DepositFeeAtRental: decimal(18, 2)&lt;/span&gt;&lt;/div&gt;&lt;div&gt;&lt;span class=&quot;ͼ11&quot;&gt;InspectionId: int&lt;/span&gt;&lt;/div&gt;&lt;div&gt;&lt;span class=&quot;ͼ11&quot;&gt;&lt;br&gt;&lt;/span&gt;&lt;/div&gt;" vertex="1">
+         <mxCell id="4faYxT2xaWWfPcDupr8T-127" parent="4faYxT2xaWWfPcDupr8T-126" style="align=left;strokeColor=#36393d;fillColor=#ffcc99;spacingLeft=4;spacingRight=4;fontSize=12;verticalAlign=top;resizable=0;rotatable=0;part=1;html=1;whiteSpace=wrap;" value="RentalOrderId: Guid&lt;div&gt;&lt;span class=&quot;ͼ11&quot;&gt;EquipmentItemId: Guid&lt;/span&gt;&lt;/div&gt;&lt;div&gt;&lt;span class=&quot;ͼ11&quot;&gt;FeePerDayAtRental: decimal(18, 2)&lt;/span&gt;&lt;/div&gt;&lt;div&gt;&lt;span class=&quot;ͼ11&quot;&gt;DepositFeeAtRental: decimal(18, 2)&lt;/span&gt;&lt;/div&gt;&lt;div&gt;&lt;span class=&quot;ͼ11&quot;&gt;InspectionId: string?&lt;/span&gt;&lt;/div&gt;&lt;div&gt;&lt;span class=&quot;ͼ11&quot;&gt;&lt;br&gt;&lt;/span&gt;&lt;/div&gt;" vertex="1">
          <mxGeometry height="80" width="210" y="50" as="geometry" />
        </mxCell>
-         <mxCell id="4faYxT2xaWWfPcDupr8T-137" edge="1" parent="1" source="4faYxT2xaWWfPcDupr8T-127" style="edgeStyle=orthogonalEdgeStyle;rounded=0;orthogonalLoop=1;jettySize=auto;html=1;startArrow=ERmany;startFill=0;endArrow=none;endFill=0;entryX=0.998;entryY=0.206;entryDx=0;entryDy=0;entryPerimeter=0;" target="4faYxT2xaWWfPcDupr8T-27" value="">
-           <mxGeometry relative="1" as="geometry" />
+         <mxCell id="4faYxT2xaWWfPcDupr8T-137" edge="1" parent="1" source="4faYxT2xaWWfPcDupr8T-127" style="edgeStyle=orthogonalEdgeStyle;rounded=0;orthogonalLoop=1;jettySize=auto;html=1;startArrow=ERmany;startFill=0;endArrow=none;endFill=0;" value="">
+           <mxGeometry relative="1" as="geometry">
+             <Array as="points">
+               <mxPoint x="477" y="210" />
+             </Array>
+             <mxPoint x="480" y="210" as="targetPoint" />
+           </mxGeometry>
        </mxCell>
        <mxCell id="4faYxT2xaWWfPcDupr8T-150" edge="1" parent="1" source="4faYxT2xaWWfPcDupr8T-44" style="edgeStyle=orthogonalEdgeStyle;rounded=0;orthogonalLoop=1;jettySize=auto;html=1;endArrow=ERmany;endFill=0;" target="4faYxT2xaWWfPcDupr8T-127" value="">
          <mxGeometry relative="1" as="geometry" />
        </mxCell>
        <mxCell id="4faYxT2xaWWfPcDupr8T-155" edge="1" parent="1" source="4faYxT2xaWWfPcDupr8T-153" style="edgeStyle=orthogonalEdgeStyle;rounded=0;orthogonalLoop=1;jettySize=auto;html=1;entryX=0.5;entryY=0;entryDx=0;entryDy=0;endArrow=none;endFill=0;startArrow=ERmany;startFill=0;" target="4faYxT2xaWWfPcDupr8T-26">
          <mxGeometry relative="1" as="geometry">
            <Array as="points">
              <mxPoint x="325" y="25" />
            </Array>
          </mxGeometry>
        </mxCell>
        <mxCell id="4faYxT2xaWWfPcDupr8T-153" parent="1" style="swimlane;childLayout=stackLayout;horizontal=1;startSize=50;horizontalStack=0;rounded=1;fontSize=14;fontStyle=0;strokeWidth=2;resizeParent=0;resizeLast=1;shadow=0;dashed=0;align=center;arcSize=4;whiteSpace=wrap;html=1;fillColor=#a0522d;strokeColor=#6D1F00;fontColor=#ffffff;" value="RentalStatusHistory" vertex="1">
          <mxGeometry height="151" width="270" x="415" y="-51" as="geometry" />
        </mxCell>
-         <mxCell id="4faYxT2xaWWfPcDupr8T-154" parent="4faYxT2xaWWfPcDupr8T-153" style="align=left;strokeColor=#36393d;fillColor=#ffcc99;spacingLeft=4;spacingRight=4;fontSize=12;verticalAlign=top;resizable=0;rotatable=0;part=1;html=1;whiteSpace=wrap;" value="&lt;div&gt;RentalOrderId: int&lt;/div&gt;ChangedByUserId: int?&lt;div&gt;CreatedAt: DateTime&lt;/div&gt;&lt;div&gt;OldStatus: Enum&lt;/div&gt;&lt;div&gt;NewStatus: Enum&lt;/div&gt;&lt;div&gt;Reason: string?&lt;/div&gt;" vertex="1">
+         <mxCell id="4faYxT2xaWWfPcDupr8T-154" parent="4faYxT2xaWWfPcDupr8T-153" style="align=left;strokeColor=#36393d;fillColor=#ffcc99;spacingLeft=4;spacingRight=4;fontSize=12;verticalAlign=top;resizable=0;rotatable=0;part=1;html=1;whiteSpace=wrap;" value="&lt;div&gt;RentalOrderId: Guid&lt;/div&gt;ChangedByUserId: string?&lt;div&gt;CreatedAt: DateTime&lt;/div&gt;&lt;div&gt;OldStatus: Enum&lt;/div&gt;&lt;div&gt;NewStatus: Enum&lt;/div&gt;&lt;div&gt;Reason: string&lt;/div&gt;" vertex="1">
          <mxGeometry height="101" width="270" y="50" as="geometry" />
        </mxCell>
        <mxCell id="4faYxT2xaWWfPcDupr8T-157" edge="1" parent="1" source="4faYxT2xaWWfPcDupr8T-111" style="edgeStyle=orthogonalEdgeStyle;rounded=0;orthogonalLoop=1;jettySize=auto;html=1;exitX=0.5;exitY=1;exitDx=0;exitDy=0;entryX=0.5;entryY=1;entryDx=0;entryDy=0;endArrow=none;endFill=0;" target="4faYxT2xaWWfPcDupr8T-98">
          <mxGeometry relative="1" as="geometry">
            <Array as="points">
              <mxPoint x="37" y="590" />
              <mxPoint x="635" y="590" />
            </Array>
          </mxGeometry>
        </mxCell>
        <mxCell id="4faYxT2xaWWfPcDupr8T-160" edge="1" parent="1" source="4faYxT2xaWWfPcDupr8T-111" style="edgeStyle=orthogonalEdgeStyle;rounded=0;orthogonalLoop=1;jettySize=auto;html=1;entryX=0;entryY=0.5;entryDx=0;entryDy=0;exitX=0.996;exitY=0.064;exitDx=0;exitDy=0;exitPerimeter=0;endArrow=none;endFill=0;" target="4faYxT2xaWWfPcDupr8T-154">
          <mxGeometry relative="1" as="geometry">
            <Array as="points">
              <mxPoint x="116" y="100" />
              <mxPoint x="266" y="100" />
              <mxPoint x="266" y="50" />
            </Array>
            <mxPoint x="120" y="100" as="sourcePoint" />
          </mxGeometry>
        </mxCell>
        <mxCell id="4faYxT2xaWWfPcDupr8T-163" edge="1" parent="1" source="4faYxT2xaWWfPcDupr8T-98" style="edgeStyle=orthogonalEdgeStyle;rounded=0;orthogonalLoop=1;jettySize=auto;html=1;entryX=1;entryY=0.5;entryDx=0;entryDy=0;endArrow=none;endFill=0;" target="4faYxT2xaWWfPcDupr8T-71">
          <mxGeometry relative="1" as="geometry">
            <Array as="points">
              <mxPoint x="635" y="590" />
              <mxPoint x="987" y="590" />
              <mxPoint x="987" />
            </Array>
          </mxGeometry>
        </mxCell>
+         <mxCell id="6mxc1OB1jsiQqkdMgALD-2" edge="1" parent="1" style="endArrow=none;html=1;rounded=0;entryX=-0.001;entryY=0.153;entryDx=0;entryDy=0;entryPerimeter=0;" target="4faYxT2xaWWfPcDupr8T-89" value="">
+           <mxGeometry height="50" relative="1" width="50" as="geometry">
+             <mxPoint x="480" y="322" as="sourcePoint" />
+             <mxPoint x="530" y="270" as="targetPoint" />
+           </mxGeometry>
+         </mxCell>
      </root>
    </mxGraphModel>
  </diagram>
</mxfile>
